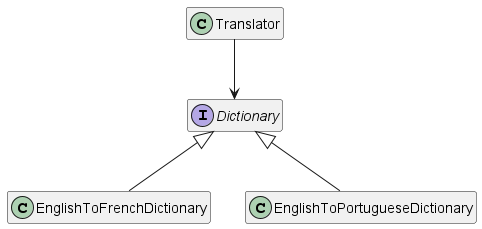
leonsant/javadesignpatterns keeps this PlantUML diagram as strategy/diagram.png. Above is the earlier version.
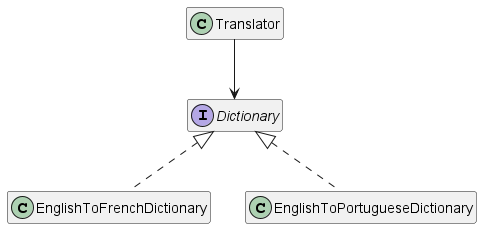
Later version of the same file.

Change to the diagram source:
```diff
@@ -8,7 +8,7 @@
 Class EnglishToPortugueseDictionary
 
 Translator --> Dictionary
-Dictionary <|-- EnglishToFrenchDictionary
-Dictionary <|-- EnglishToPortugueseDictionary
+Dictionary <|.. EnglishToFrenchDictionary
+Dictionary <|.. EnglishToPortugueseDictionary
 
 @enduml
```
